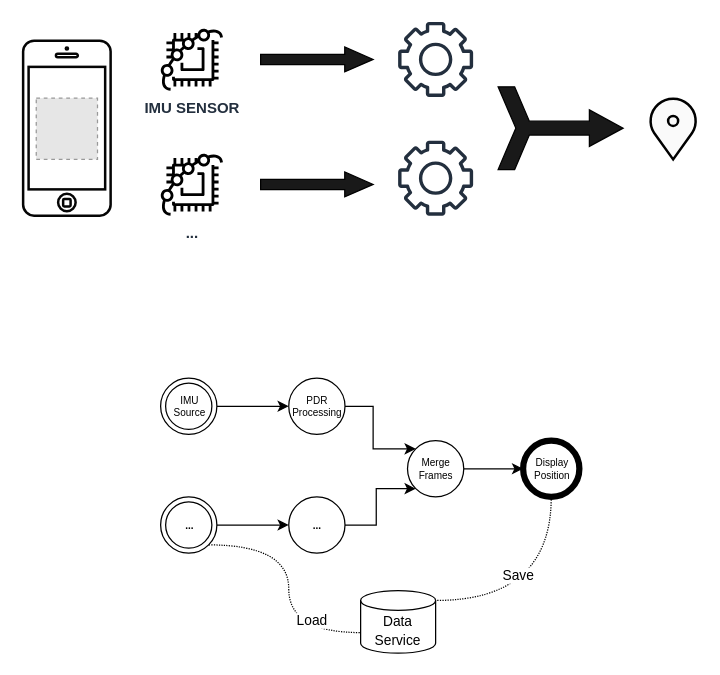
Above: page "Page-13" (14 of 21) of slides/ipin2021/images/ipin2021_slides.drawio in OpenHPS/openhps.org (draw.io), before the change. Source tidied: cells renumbered, new cells numbered last; positions are measured from the earlier drawing's top-left corner, leaving out a move shared by most shapes. Both pictures are drawn from the tidied source at 125%, with x=0, y=0 at pixel (22, 21). Pictures stored in the file or linked from it are replaced by grey dashed boxes.
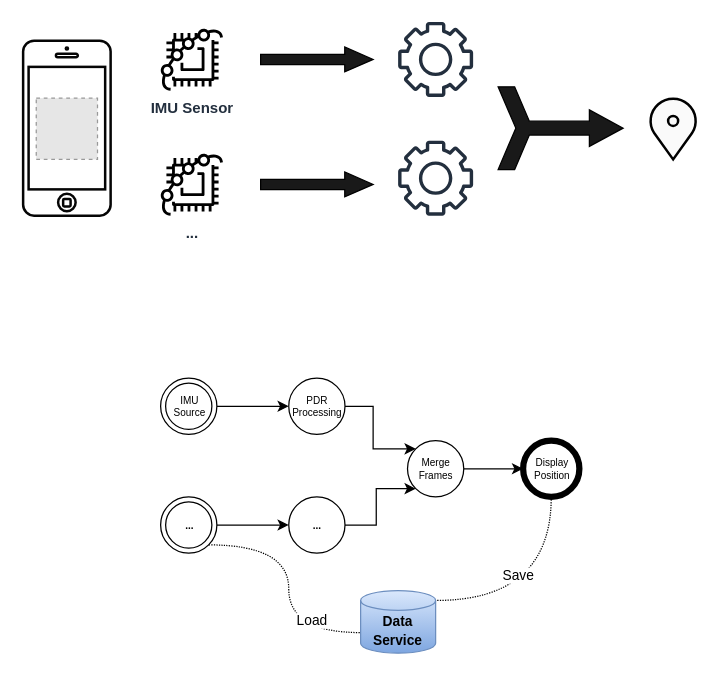
The same page after the edit.

What changed in the source:
```diff
@@
-    <mxCell id="2" value="&lt;b&gt;IMU SENSOR&lt;/b&gt;" style="sketch=0;fontColor=#232F3E;gradientColor=none;fillColor=#000000;strokeColor=none;dashed=0;verticalLabelPosition=bottom;verticalAlign=top;align=center;html=1;fontSize=12;fontStyle=0;shape=mxgraph.aws4.braket_chip;" parent="1" vertex="1">
+    <mxCell id="2" value="&lt;b&gt;IMU Sensor&lt;/b&gt;" style="sketch=0;fontColor=#232F3E;gradientColor=none;fillColor=#000000;strokeColor=none;dashed=0;verticalLabelPosition=bottom;verticalAlign=top;align=center;html=1;fontSize=12;fontStyle=0;shape=mxgraph.aws4.braket_chip;" parent="1" vertex="1">
       <mxGeometry x="110" y="5" width="50" height="50" as="geometry" />
     </mxCell>
@@
-    <mxCell id="25" value="&lt;font style=&quot;font-size: 11px&quot;&gt;Data Service&lt;/font&gt;" style="shape=cylinder3;whiteSpace=wrap;html=1;boundedLbl=1;backgroundOutline=1;size=7.857170104980469;strokeColor=default;fillColor=default;" parent="1" vertex="1">
+    <mxCell id="25" value="&lt;font style=&quot;font-size: 11px&quot;&gt;&lt;b&gt;Data Service&lt;/b&gt;&lt;/font&gt;" style="shape=cylinder3;whiteSpace=wrap;html=1;boundedLbl=1;backgroundOutline=1;size=7.857170104980469;strokeColor=#6c8ebf;fillColor=#dae8fc;gradientColor=#7ea6e0;" parent="1" vertex="1">
       <mxGeometry x="270" y="455" width="60" height="50" as="geometry" />
     </mxCell>
```
